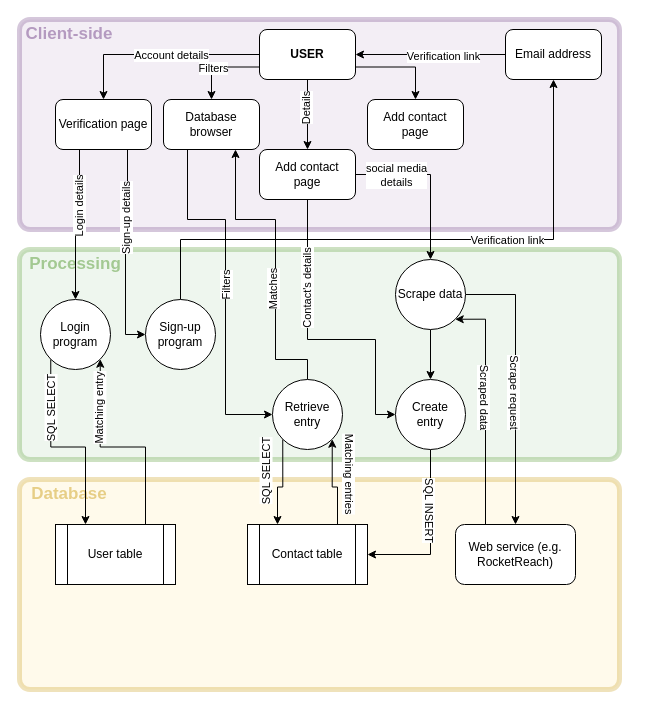
morphalcode/XMLdiagrams keeps this draw.io diagram as diagrams/dataflow.drawio. Above is the earlier version. Source tidied: cells renumbered, new cells numbered last; positions are measured from the earlier drawing's top-left corner, leaving out a move shared by most shapes. Both pictures are drawn from the tidied source at 100%, with x=0, y=0 at pixel (19, 19).
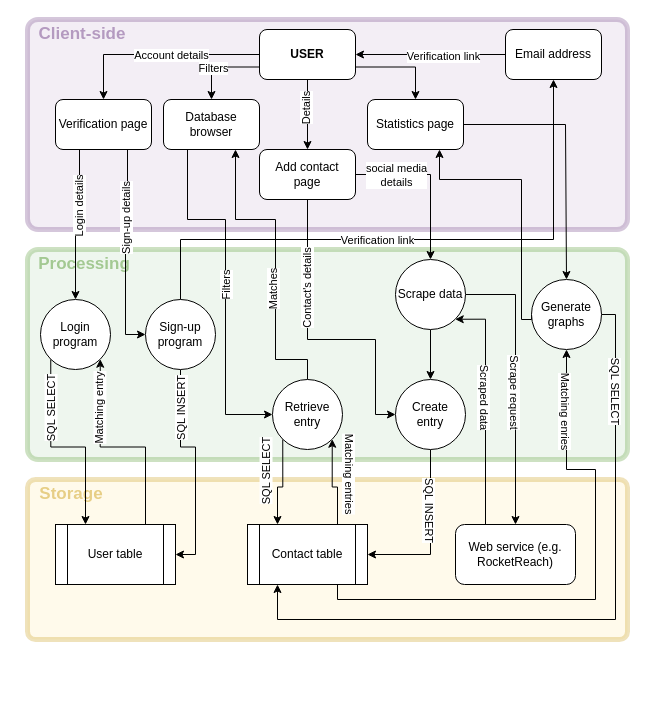
The same page after the edit.

The change refers to these unchanged cells:
```xml
<mxCell id="26" style="edgeStyle=orthogonalEdgeStyle;rounded=0;jettySize=auto;html=1;exitX=0.5;exitY=0;exitDx=0;exitDy=0;entryX=0.5;entryY=1;entryDx=0;entryDy=0;" parent="1" edge="1" source="29" target="22">
  <mxGeometry relative="1" as="geometry">
    <Array as="points">
      <mxPoint x="161" y="220" />
      <mxPoint x="534" y="220" />
    </Array>
  </mxGeometry>
</mxCell>
<mxCell id="29" value="Sign-up program" style="ellipse;whiteSpace=wrap;html=1;" parent="1" vertex="1">
  <mxGeometry x="126" y="280" width="70" height="70" as="geometry" />
</mxCell>
<mxCell id="43" value="User table" style="shape=process;whiteSpace=wrap;html=1;backgroundOutline=1;" parent="1" vertex="1">
  <mxGeometry x="36" y="505" width="120" height="60" as="geometry" />
</mxCell>
<mxCell id="46" value="Contact table" style="shape=process;whiteSpace=wrap;html=1;backgroundOutline=1;" parent="1" vertex="1">
  <mxGeometry x="228" y="505" width="120" height="60" as="geometry" />
</mxCell>
```

What changed in the source:
```diff
@@
+    <mxCell id="4" value="Storage" style="text;html=1;strokeColor=none;fillColor=none;align=center;verticalAlign=middle;whiteSpace=wrap;rounded=0;fontFamily=Helvetica;fontStyle=1;fontColor=#d6b656;fontSize=17;" parent="1" vertex="1">
+      <mxGeometry x="2" y="460" width="100" height="30" as="geometry" />
+    </mxCell>
+    <mxCell id="7" style="rounded=1;whiteSpace=wrap;html=1;fillColor=#fff2cc;fillStyle=auto;opacity=40;strokeColor=#d6b656;strokeWidth=5;perimeterSpacing=0;arcSize=5;" parent="1" vertex="1">
+      <mxGeometry x="8" y="460" width="600" height="160" as="geometry" />
+    </mxCell>
+    <mxCell id="3" value="Processing" style="text;html=1;strokeColor=none;fillColor=none;align=center;verticalAlign=middle;whiteSpace=wrap;rounded=0;fontFamily=Helvetica;fontStyle=1;fontColor=#82b366;fontSize=17;" parent="1" vertex="1">
+      <mxGeometry x="15" y="230" width="100" height="30" as="geometry" />
+    </mxCell>
+    <mxCell id="6" style="rounded=1;whiteSpace=wrap;html=1;fillColor=#d5e8d4;fillStyle=auto;opacity=40;strokeColor=#82B366;strokeWidth=5;perimeterSpacing=0;arcSize=5;" parent="1" vertex="1">
+      <mxGeometry x="8" y="230" width="600" height="210" as="geometry" />
+    </mxCell>
     <mxCell id="2" value="Client-side" style="text;html=1;strokeColor=none;fillColor=none;align=center;verticalAlign=middle;whiteSpace=wrap;rounded=0;fontFamily=Helvetica;fontStyle=1;fontColor=#9673a6;fontSize=17;" parent="1" vertex="1">
-      <mxGeometry width="100" height="30" as="geometry" />
+      <mxGeometry x="13" width="100" height="30" as="geometry" />
     </mxCell>
-    <mxCell id="3" value="Processing" style="text;html=1;strokeColor=none;fillColor=none;align=center;verticalAlign=middle;whiteSpace=wrap;rounded=0;fontFamily=Helvetica;fontStyle=1;fontColor=#82b366;fontSize=17;" parent="1" vertex="1">
-      <mxGeometry x="6" y="230" width="100" height="30" as="geometry" />
-    </mxCell>
-    <mxCell id="4" value="Database" style="text;html=1;strokeColor=none;fillColor=none;align=center;verticalAlign=middle;whiteSpace=wrap;rounded=0;fontFamily=Helvetica;fontStyle=1;fontColor=#d6b656;fontSize=17;" parent="1" vertex="1">
-      <mxGeometry y="460" width="100" height="30" as="geometry" />
-    </mxCell>
     <mxCell id="5" style="rounded=1;whiteSpace=wrap;html=1;fillColor=#e1d5e7;fillStyle=auto;opacity=40;strokeColor=#9673A6;gradientColor=none;strokeWidth=5;perimeterSpacing=0;arcSize=5;" parent="1" vertex="1">
-      <mxGeometry width="600" height="210" as="geometry" />
+      <mxGeometry x="8" width="600" height="210" as="geometry" />
     </mxCell>
-    <mxCell id="6" style="rounded=1;whiteSpace=wrap;html=1;fillColor=#d5e8d4;fillStyle=auto;opacity=40;strokeColor=#82B366;strokeWidth=5;perimeterSpacing=0;arcSize=5;" parent="1" vertex="1">
-      <mxGeometry y="230" width="600" height="210" as="geometry" />
-    </mxCell>
-    <mxCell id="7" style="rounded=1;whiteSpace=wrap;html=1;fillColor=#fff2cc;fillStyle=auto;opacity=40;strokeColor=#d6b656;strokeWidth=5;perimeterSpacing=0;arcSize=5;" parent="1" vertex="1">
-      <mxGeometry y="460" width="600" height="210" as="geometry" />
-    </mxCell>
@@
     <mxCell id="28" value="Verification link" style="edgeLabel;html=1;align=center;verticalAlign=middle;" parent="26" vertex="1">
       <mxGeometry x="-0.26" y="-2" relative="1" as="geometry">
-        <mxPoint x="167" y="-2" as="offset" />
+        <mxPoint x="37" y="-2" as="offset" />
       </mxGeometry>
     </mxCell>
+    <mxCell id="60" style="edgeStyle=orthogonalEdgeStyle;rounded=0;jettySize=auto;html=1;exitX=0.5;exitY=1;exitDx=0;exitDy=0;entryX=1;entryY=0.5;entryDx=0;entryDy=0;" parent="1" edge="1" source="29" target="43">
+      <mxGeometry relative="1" as="geometry" />
+    </mxCell>
+    <mxCell id="61" value="SQL INSERT" style="edgeLabel;html=1;align=center;verticalAlign=middle;rotation=270;" parent="60" vertex="1">
+      <mxGeometry x="-0.76" y="2" relative="1" as="geometry">
+        <mxPoint x="-2" y="14" as="offset" />
+      </mxGeometry>
+    </mxCell>
@@
+    <mxCell id="62" style="edgeStyle=orthogonalEdgeStyle;rounded=0;jettySize=auto;html=1;exitX=1;exitY=0.5;exitDx=0;exitDy=0;entryX=0.25;entryY=1;entryDx=0;entryDy=0;" parent="1" edge="1" source="68" target="46">
+      <mxGeometry relative="1" as="geometry">
+        <Array as="points">
+          <mxPoint x="596" y="295" />
+          <mxPoint x="596" y="600" />
+          <mxPoint x="258" y="600" />
+        </Array>
+      </mxGeometry>
+    </mxCell>
+    <mxCell id="63" value="SQL SELECT" style="edgeLabel;html=1;align=center;verticalAlign=middle;rotation=90;" parent="62" vertex="1">
+      <mxGeometry x="-0.78" y="1" relative="1" as="geometry">
+        <mxPoint y="14" as="offset" />
+      </mxGeometry>
+    </mxCell>
@@
+    <mxCell id="64" style="edgeStyle=orthogonalEdgeStyle;rounded=0;jettySize=auto;html=1;exitX=1;exitY=0.5;exitDx=0;exitDy=0;entryX=0.5;entryY=0;entryDx=0;entryDy=0;" parent="1" edge="1" source="52" target="68">
+      <mxGeometry relative="1" as="geometry">
+        <Array as="points">
+          <mxPoint x="546" y="105" />
+        </Array>
+      </mxGeometry>
+    </mxCell>
-    <mxCell id="52" value="Add contact&lt;br&gt;page" style="rounded=1;whiteSpace=wrap;html=1;" parent="1" vertex="1">
+    <mxCell id="52" value="Statistics page" style="rounded=1;whiteSpace=wrap;html=1;" parent="1" vertex="1">
       <mxGeometry x="348" y="80" width="96" height="50" as="geometry" />
     </mxCell>
@@
+    <mxCell id="65" style="edgeStyle=orthogonalEdgeStyle;rounded=0;jettySize=auto;html=1;exitX=0;exitY=0.5;exitDx=0;exitDy=0;entryX=0.75;entryY=1;entryDx=0;entryDy=0;" parent="1" edge="1" source="68" target="52">
+      <mxGeometry relative="1" as="geometry">
+        <Array as="points">
+          <mxPoint x="512" y="300" />
+          <mxPoint x="502" y="300" />
+          <mxPoint x="502" y="160" />
+          <mxPoint x="420" y="160" />
+        </Array>
+      </mxGeometry>
+    </mxCell>
+    <mxCell id="66" style="edgeStyle=orthogonalEdgeStyle;rounded=0;jettySize=auto;html=1;exitX=0.75;exitY=1;exitDx=0;exitDy=0;entryX=0.5;entryY=1;entryDx=0;entryDy=0;" parent="1" edge="1" source="46" target="68">
+      <mxGeometry relative="1" as="geometry">
+        <Array as="points">
+          <mxPoint x="318" y="580" />
+          <mxPoint x="576" y="580" />
+          <mxPoint x="576" y="450" />
+          <mxPoint x="547" y="450" />
+        </Array>
+      </mxGeometry>
+    </mxCell>
+    <mxCell id="67" value="Matching enries" style="edgeLabel;html=1;align=center;verticalAlign=middle;rotation=90;" parent="66" vertex="1">
+      <mxGeometry x="0.86" y="2" relative="1" as="geometry">
+        <mxPoint x="2" y="22" as="offset" />
+      </mxGeometry>
+    </mxCell>
+    <mxCell id="68" value="Generate graphs" style="ellipse;whiteSpace=wrap;html=1;" parent="1" vertex="1">
+      <mxGeometry x="512" y="260" width="70" height="70" as="geometry" />
+    </mxCell>
```
